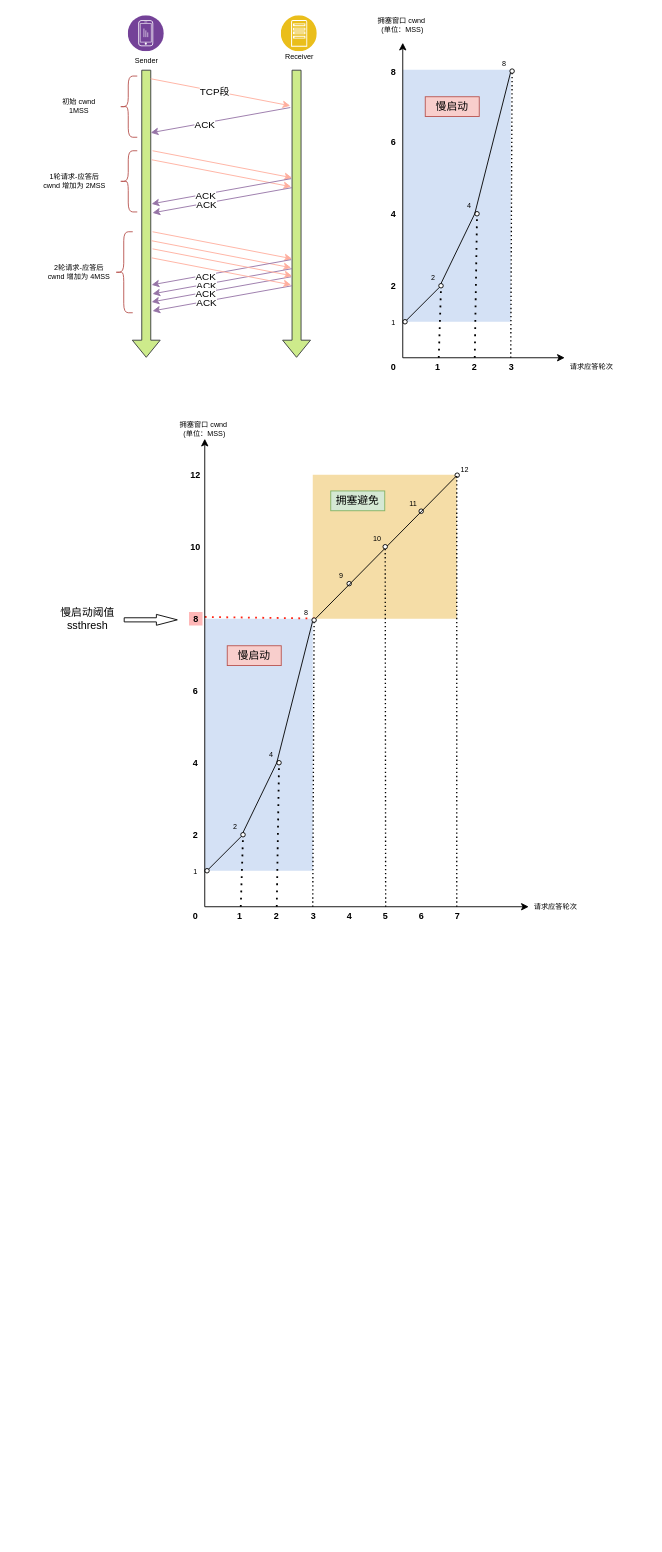
This is TCP拥塞控制.drawio from wsxzei/markdown-photos, a draw.io file, before an edit. Source tidied: cells renumbered, new cells numbered last; positions are measured from the earlier drawing's top-left corner, leaving out a move shared by most shapes. Both pictures are drawn from the tidied source at 90%, with x=0, y=0 at pixel (33, 15).
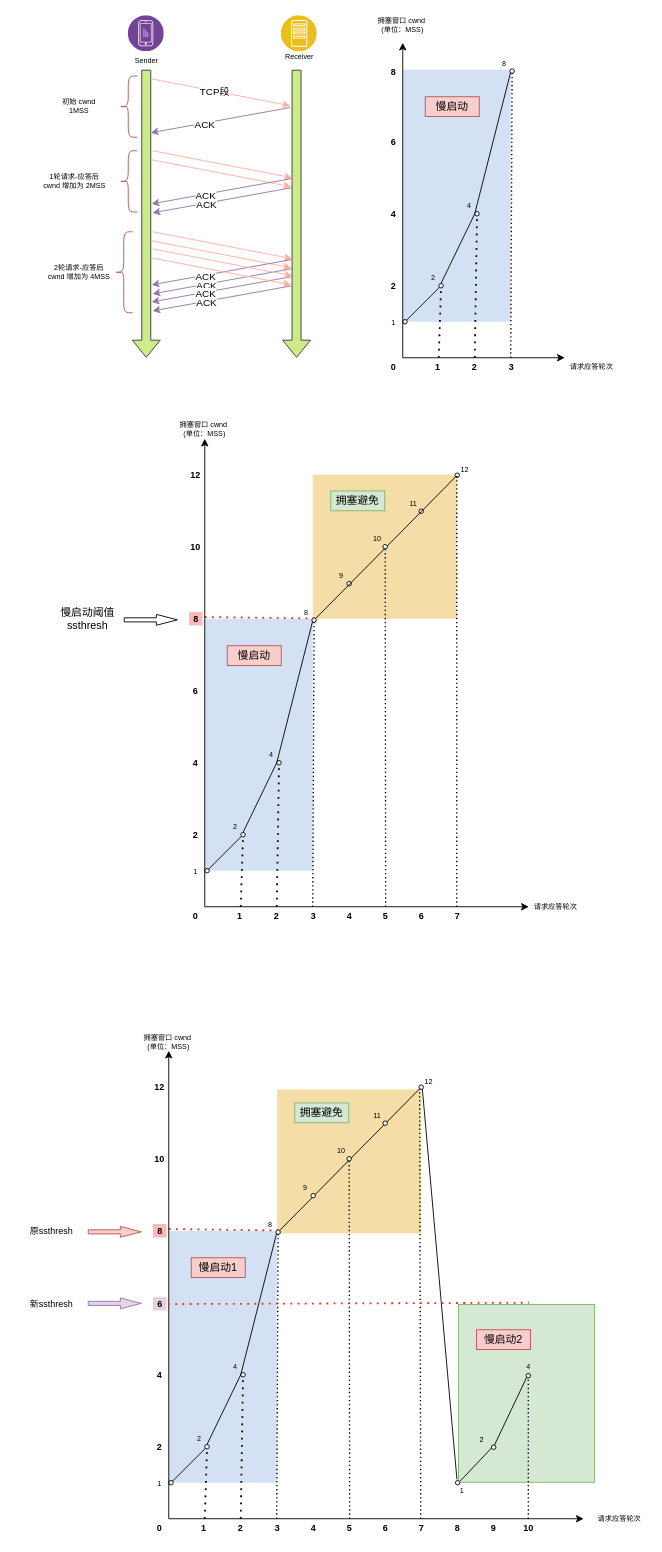
The same diagram, later.

Commit message:
TCP拥塞控制 超时处理.drawio

Change to the diagram source:
```diff
@@
+    <mxCell id="117" style="rounded=0;whiteSpace=wrap;html=1;fillColor=#d5e8d4;strokeColor=#82b366;shadow=0;" parent="1" vertex="1">
+      <mxGeometry x="472" y="1432" width="151" height="197.5" as="geometry" />
+    </mxCell>
+    <mxCell id="118" style="rounded=0;whiteSpace=wrap;html=1;fillColor=#F5DDA7;strokeColor=none;shadow=0;" parent="1" vertex="1">
+      <mxGeometry x="270.5" y="1193" width="160" height="160" as="geometry" />
+    </mxCell>
+    <mxCell id="119" style="endArrow=none;html=1;rounded=0;entryX=0;entryY=1;entryDx=0;entryDy=0;exitX=1;exitY=0;exitDx=0;exitDy=0;" parent="1" edge="1" source="139" target="132">
+      <mxGeometry relative="1" as="geometry" />
+    </mxCell>
@@
+    <mxCell id="120" style="rounded=0;whiteSpace=wrap;html=1;fillColor=#D4E1F5;strokeColor=none;shadow=0;" parent="1" vertex="1">
+      <mxGeometry x="150" y="1350" width="120" height="280" as="geometry" />
+    </mxCell>
+    <mxCell id="121" value="&lt;font style=&quot;font-size: 10px;&quot;&gt;2&lt;/font&gt;" style="text;html=1;align=center;verticalAlign=middle;whiteSpace=wrap;rounded=0;shadow=0;fontStyle=1;" parent="1" vertex="1">
+      <mxGeometry x="120" y="1580" width="40" height="20" as="geometry" />
+    </mxCell>
+    <mxCell id="122" value="&lt;font style=&quot;font-size: 10px;&quot;&gt;4&lt;/font&gt;" style="text;html=1;align=center;verticalAlign=middle;whiteSpace=wrap;rounded=0;shadow=0;fontStyle=1;" parent="1" vertex="1">
+      <mxGeometry x="120" y="1500" width="40" height="20" as="geometry" />
+    </mxCell>
+    <mxCell id="123" value="&lt;font style=&quot;font-size: 10px;&quot;&gt;8&lt;/font&gt;" style="text;html=1;align=center;verticalAlign=middle;whiteSpace=wrap;rounded=0;shadow=0;fontStyle=1;fillColor=#FFB8B8;" parent="1" vertex="1">
+      <mxGeometry x="132.5" y="1342.5" width="15" height="15" as="geometry" />
+    </mxCell>
+    <mxCell id="124" value="&lt;font style=&quot;font-size: 10px;&quot;&gt;10&lt;/font&gt;" style="text;html=1;align=center;verticalAlign=middle;whiteSpace=wrap;rounded=0;shadow=0;fontStyle=1;" parent="1" vertex="1">
+      <mxGeometry x="120" y="1260" width="40" height="20" as="geometry" />
+    </mxCell>
+    <mxCell id="125" value="&lt;font style=&quot;font-size: 10px;&quot;&gt;12&lt;/font&gt;" style="text;html=1;align=center;verticalAlign=middle;whiteSpace=wrap;rounded=0;shadow=0;fontStyle=1;" parent="1" vertex="1">
+      <mxGeometry x="120" y="1180" width="40" height="20" as="geometry" />
+    </mxCell>
+    <mxCell id="126" value="&lt;font style=&quot;font-weight: normal; font-size: 8px;&quot;&gt;1&lt;/font&gt;" style="text;html=1;align=center;verticalAlign=middle;whiteSpace=wrap;rounded=0;shadow=0;fontStyle=1;" parent="1" vertex="1">
+      <mxGeometry x="120" y="1620" width="40" height="20" as="geometry" />
+    </mxCell>
+    <mxCell id="127" value="&lt;font style=&quot;font-size: 10px;&quot;&gt;0&lt;/font&gt;" style="text;html=1;align=center;verticalAlign=middle;whiteSpace=wrap;rounded=0;shadow=0;fontStyle=1;" parent="1" vertex="1">
+      <mxGeometry x="120" y="1670" width="40" height="20" as="geometry" />
+    </mxCell>
+    <mxCell id="128" style="ellipse;whiteSpace=wrap;html=1;" parent="1" vertex="1">
+      <mxGeometry x="150" y="1627.5" width="5" height="5" as="geometry" />
+    </mxCell>
+    <mxCell id="129" style="ellipse;whiteSpace=wrap;html=1;" parent="1" vertex="1">
+      <mxGeometry x="230" y="1507.5" width="5" height="5" as="geometry" />
+    </mxCell>
+    <mxCell id="130" style="ellipse;whiteSpace=wrap;html=1;" parent="1" vertex="1">
+      <mxGeometry x="308" y="1308.5" width="5" height="5" as="geometry" />
+    </mxCell>
+    <mxCell id="131" style="ellipse;whiteSpace=wrap;html=1;" parent="1" vertex="1">
+      <mxGeometry x="388" y="1228" width="5" height="5" as="geometry" />
+    </mxCell>
+    <mxCell id="132" style="ellipse;whiteSpace=wrap;html=1;" parent="1" vertex="1">
+      <mxGeometry x="428" y="1188" width="5" height="5" as="geometry" />
+    </mxCell>
+    <mxCell id="133" style="ellipse;whiteSpace=wrap;html=1;" parent="1" vertex="1">
+      <mxGeometry x="190" y="1587.5" width="5" height="5" as="geometry" />
+    </mxCell>
+    <mxCell id="134" style="endArrow=none;html=1;rounded=0;exitX=0.5;exitY=0;exitDx=0;exitDy=0;" parent="1" edge="1" source="133">
+      <mxGeometry relative="1" as="geometry">
+        <mxPoint x="230" y="1510" as="targetPoint" />
+      </mxGeometry>
+    </mxCell>
+    <mxCell id="135" style="endArrow=none;html=1;rounded=0;entryX=0;entryY=1;entryDx=0;entryDy=0;exitX=1;exitY=0;exitDx=0;exitDy=0;" parent="1" edge="1" source="128" target="133">
+      <mxGeometry relative="1" as="geometry" />
+    </mxCell>
+    <mxCell id="136" style="endArrow=none;dashed=1;html=1;dashPattern=1 3;strokeWidth=2;rounded=0;entryX=0.5;entryY=1;entryDx=0;entryDy=0;" parent="1" edge="1" target="129">
+      <mxGeometry relative="1" as="geometry">
+        <mxPoint x="230" y="1670" as="sourcePoint" />
+      </mxGeometry>
+    </mxCell>
+    <mxCell id="137" style="endArrow=none;dashed=1;html=1;dashPattern=1 3;strokeWidth=2;rounded=0;entryX=0.5;entryY=1;entryDx=0;entryDy=0;" parent="1" edge="1" target="133">
+      <mxGeometry relative="1" as="geometry">
+        <mxPoint x="190" y="1670" as="sourcePoint" />
+      </mxGeometry>
+    </mxCell>
+    <mxCell id="138" style="endArrow=none;dashed=1;html=1;dashPattern=1 3;strokeWidth=2;rounded=0;entryX=1;entryY=0;entryDx=0;entryDy=0;fillColor=#FF2414;strokeColor=#FF2414;" parent="1" edge="1" target="139">
+      <mxGeometry relative="1" as="geometry">
+        <mxPoint x="150" y="1348" as="sourcePoint" />
+      </mxGeometry>
+    </mxCell>
+    <mxCell id="139" style="ellipse;whiteSpace=wrap;html=1;" parent="1" vertex="1">
+      <mxGeometry x="269" y="1349" width="5" height="5" as="geometry" />
+    </mxCell>
+    <mxCell id="140" style="endArrow=none;html=1;rounded=0;entryX=0;entryY=1;entryDx=0;entryDy=0;exitX=0;exitY=0.5;exitDx=0;exitDy=0;exitPerimeter=0;" parent="1" edge="1" source="129" target="139">
+      <mxGeometry relative="1" as="geometry" />
+    </mxCell>
+    <mxCell id="141" style="ellipse;whiteSpace=wrap;html=1;" parent="1" vertex="1">
+      <mxGeometry x="348" y="1267.5" width="5" height="5" as="geometry" />
+    </mxCell>
+    <mxCell id="142" style="endArrow=none;html=1;strokeWidth=1.5;rounded=0;dashed=1;dashPattern=1 2;entryX=0.5;entryY=1;entryDx=0;entryDy=0;" parent="1" edge="1" target="139">
+      <mxGeometry relative="1" as="geometry">
+        <mxPoint x="270" y="1670" as="sourcePoint" />
+      </mxGeometry>
+    </mxCell>
+    <mxCell id="143" style="endArrow=none;html=1;strokeWidth=1.5;rounded=0;dashed=1;dashPattern=1 2;entryX=0.5;entryY=1;entryDx=0;entryDy=0;" parent="1" edge="1" target="141">
+      <mxGeometry relative="1" as="geometry">
+        <mxPoint x="351" y="1670" as="sourcePoint" />
+      </mxGeometry>
+    </mxCell>
+    <mxCell id="144" style="endArrow=none;html=1;strokeWidth=1.5;rounded=0;dashed=1;dashPattern=1 2;entryX=0;entryY=1;entryDx=0;entryDy=0;" parent="1" edge="1" target="132">
+      <mxGeometry relative="1" as="geometry">
+        <mxPoint x="430" y="1670" as="sourcePoint" />
+      </mxGeometry>
+    </mxCell>
+    <mxCell id="145" value="&lt;font style=&quot;font-size: 10px;&quot;&gt;1&lt;/font&gt;" style="text;html=1;align=center;verticalAlign=middle;whiteSpace=wrap;rounded=0;shadow=0;fontStyle=1;" parent="1" vertex="1">
+      <mxGeometry x="177.5" y="1670" width="22" height="20" as="geometry" />
+    </mxCell>
+    <mxCell id="146" value="&lt;font style=&quot;font-size: 10px;&quot;&gt;2&lt;/font&gt;" style="text;html=1;align=center;verticalAlign=middle;whiteSpace=wrap;rounded=0;shadow=0;fontStyle=1;" parent="1" vertex="1">
+      <mxGeometry x="219" y="1670" width="22" height="20" as="geometry" />
+    </mxCell>
+    <mxCell id="147" value="&lt;font style=&quot;font-size: 10px;&quot;&gt;3&lt;/font&gt;" style="text;html=1;align=center;verticalAlign=middle;whiteSpace=wrap;rounded=0;shadow=0;fontStyle=1;" parent="1" vertex="1">
+      <mxGeometry x="260" y="1670" width="22" height="20" as="geometry" />
+    </mxCell>
+    <mxCell id="148" value="&lt;font style=&quot;font-size: 10px;&quot;&gt;4&lt;/font&gt;" style="text;html=1;align=center;verticalAlign=middle;whiteSpace=wrap;rounded=0;shadow=0;fontStyle=1;" parent="1" vertex="1">
+      <mxGeometry x="299.5" y="1670" width="22" height="20" as="geometry" />
+    </mxCell>
+    <mxCell id="149" value="&lt;font style=&quot;font-size: 10px;&quot;&gt;5&lt;/font&gt;" style="text;html=1;align=center;verticalAlign=middle;whiteSpace=wrap;rounded=0;shadow=0;fontStyle=1;" parent="1" vertex="1">
+      <mxGeometry x="339.5" y="1670" width="22" height="20" as="geometry" />
+    </mxCell>
+    <mxCell id="150" value="&lt;font style=&quot;font-size: 10px;&quot;&gt;6&lt;/font&gt;" style="text;html=1;align=center;verticalAlign=middle;whiteSpace=wrap;rounded=0;shadow=0;fontStyle=1;" parent="1" vertex="1">
+      <mxGeometry x="379.5" y="1670" width="22" height="20" as="geometry" />
+    </mxCell>
+    <mxCell id="151" value="&lt;font style=&quot;font-size: 10px;&quot;&gt;7&lt;/font&gt;" style="text;html=1;align=center;verticalAlign=middle;whiteSpace=wrap;rounded=0;shadow=0;fontStyle=1;" parent="1" vertex="1">
+      <mxGeometry x="419.5" y="1670" width="22" height="20" as="geometry" />
+    </mxCell>
+    <mxCell id="152" value="拥塞避免" style="rounded=0;whiteSpace=wrap;html=1;fillColor=#d5e8d4;strokeColor=#82b366;" parent="1" vertex="1">
+      <mxGeometry x="290" y="1208" width="60" height="22" as="geometry" />
+    </mxCell>
+    <mxCell id="153" value="慢启动1" style="rounded=0;whiteSpace=wrap;html=1;fillColor=#f8cecc;strokeColor=#b85450;" parent="1" vertex="1">
+      <mxGeometry x="175" y="1380" width="60" height="22" as="geometry" />
+    </mxCell>
+    <mxCell id="154" value="原ssthresh" style="rounded=0;whiteSpace=wrap;html=1;strokeColor=none;fontSize=10;" parent="1" vertex="1">
+      <mxGeometry x="-20" y="1339" width="80" height="22" as="geometry" />
+    </mxCell>
+    <mxCell id="155" style="shape=flexArrow;endArrow=classic;html=1;rounded=0;width=4.571428571428571;endSize=7.417142857142857;endWidth=6.530612244897959;fillColor=#f8cecc;strokeColor=#b85450;" parent="1" edge="1">
+      <mxGeometry relative="1" as="geometry">
+        <mxPoint x="60" y="1351.2" as="sourcePoint" />
+        <mxPoint x="120" y="1351.2" as="targetPoint" />
+      </mxGeometry>
+    </mxCell>
+    <mxCell id="156" style="endArrow=classic;html=1;rounded=0;exitX=0.75;exitY=0;exitDx=0;exitDy=0;" parent="1" edge="1" source="127">
+      <mxGeometry relative="1" as="geometry">
+        <mxPoint x="611" y="1670" as="targetPoint" />
+      </mxGeometry>
+    </mxCell>
+    <mxCell id="157" style="endArrow=classic;html=1;rounded=0;exitX=0.75;exitY=0;exitDx=0;exitDy=0;" parent="1" edge="1" source="127">
+      <mxGeometry relative="1" as="geometry">
+        <mxPoint x="150" y="1150" as="targetPoint" />
+      </mxGeometry>
+    </mxCell>
+    <mxCell id="158" value="请求应答轮次" style="text;html=1;align=center;verticalAlign=middle;whiteSpace=wrap;rounded=0;fontSize=8;" parent="1" vertex="1">
+      <mxGeometry x="621" y="1660" width="60" height="20" as="geometry" />
+    </mxCell>
+    <mxCell id="159" value="拥塞窗口 cwnd&amp;nbsp;&lt;div&gt;(单位：MSS)&lt;/div&gt;" style="text;html=1;align=center;verticalAlign=middle;whiteSpace=wrap;rounded=0;labelBorderColor=none;fontSize=8;strokeWidth=0;strokeColor=none;" parent="1" vertex="1">
+      <mxGeometry x="110" y="1130" width="80" height="20" as="geometry" />
+    </mxCell>
+    <mxCell id="160" value="11" style="text;html=1;align=center;verticalAlign=middle;whiteSpace=wrap;rounded=0;fontSize=8;" parent="1" vertex="1">
+      <mxGeometry x="371" y="1215" width="22" height="13" as="geometry" />
+    </mxCell>
+    <mxCell id="161" value="9" style="text;html=1;align=center;verticalAlign=middle;whiteSpace=wrap;rounded=0;fontSize=8;" parent="1" vertex="1">
+      <mxGeometry x="291" y="1295.5" width="22" height="13" as="geometry" />
+    </mxCell>
+    <mxCell id="162" value="10" style="text;html=1;align=center;verticalAlign=middle;whiteSpace=wrap;rounded=0;fontSize=8;" parent="1" vertex="1">
+      <mxGeometry x="331" y="1254.5" width="22" height="13" as="geometry" />
+    </mxCell>
+    <mxCell id="163" value="12" style="text;html=1;align=center;verticalAlign=middle;whiteSpace=wrap;rounded=0;fontSize=8;" parent="1" vertex="1">
+      <mxGeometry x="428" y="1177" width="22" height="13" as="geometry" />
+    </mxCell>
+    <mxCell id="164" value="4" style="text;html=1;align=center;verticalAlign=middle;whiteSpace=wrap;rounded=0;fontSize=8;" parent="1" vertex="1">
+      <mxGeometry x="213" y="1494.5" width="22" height="13" as="geometry" />
+    </mxCell>
+    <mxCell id="165" value="2" style="text;html=1;align=center;verticalAlign=middle;whiteSpace=wrap;rounded=0;fontSize=8;" parent="1" vertex="1">
+      <mxGeometry x="173" y="1574.5" width="22" height="13" as="geometry" />
+    </mxCell>
+    <mxCell id="166" value="8" style="text;html=1;align=center;verticalAlign=middle;whiteSpace=wrap;rounded=0;fontSize=8;" parent="1" vertex="1">
+      <mxGeometry x="252" y="1336" width="22" height="13" as="geometry" />
+    </mxCell>
+    <mxCell id="167" style="ellipse;whiteSpace=wrap;html=1;" parent="1" vertex="1">
+      <mxGeometry x="468.5" y="1627.5" width="5" height="5" as="geometry" />
+    </mxCell>
+    <mxCell id="168" value="&lt;font style=&quot;font-size: 10px;&quot;&gt;8&lt;/font&gt;" style="text;html=1;align=center;verticalAlign=middle;whiteSpace=wrap;rounded=0;shadow=0;fontStyle=1;" parent="1" vertex="1">
+      <mxGeometry x="460" y="1670" width="22" height="20" as="geometry" />
+    </mxCell>
+    <mxCell id="169" value="新&lt;span style=&quot;background-color: initial; font-size: 10px;&quot;&gt;ssthresh&lt;/span&gt;" style="rounded=0;whiteSpace=wrap;html=1;strokeColor=none;fontSize=10;" parent="1" vertex="1">
+      <mxGeometry x="-20" y="1420" width="80" height="22" as="geometry" />
+    </mxCell>
+    <mxCell id="170" value="&lt;font style=&quot;font-size: 10px;&quot;&gt;6&lt;/font&gt;" style="text;html=1;align=center;verticalAlign=middle;whiteSpace=wrap;rounded=0;shadow=0;fontStyle=1;fillColor=#E6D0DE;strokeColor=none;" parent="1" vertex="1">
+      <mxGeometry x="132.5" y="1423.5" width="15" height="15" as="geometry" />
+    </mxCell>
+    <mxCell id="171" style="shape=flexArrow;endArrow=classic;html=1;rounded=0;width=4.571428571428571;endSize=7.417142857142857;endWidth=6.530612244897959;fillColor=#e1d5e7;strokeColor=#9673a6;" parent="1" edge="1">
+      <mxGeometry relative="1" as="geometry">
+        <mxPoint x="60" y="1430.7" as="sourcePoint" />
+        <mxPoint x="120" y="1430.7" as="targetPoint" />
+      </mxGeometry>
+    </mxCell>
+    <mxCell id="172" style="ellipse;whiteSpace=wrap;html=1;" parent="1" vertex="1">
+      <mxGeometry x="508.5" y="1588" width="5" height="5" as="geometry" />
+    </mxCell>
+    <mxCell id="173" value="1" style="text;html=1;align=center;verticalAlign=middle;whiteSpace=wrap;rounded=0;fontSize=8;" parent="1" vertex="1">
+      <mxGeometry x="464.5" y="1632.5" width="22" height="13" as="geometry" />
+    </mxCell>
+    <mxCell id="174" value="2" style="text;html=1;align=center;verticalAlign=middle;whiteSpace=wrap;rounded=0;fontSize=8;" parent="1" vertex="1">
+      <mxGeometry x="486.5" y="1575" width="22" height="13" as="geometry" />
+    </mxCell>
+    <mxCell id="175" style="endArrow=none;html=1;rounded=0;entryX=0.127;entryY=1.352;entryDx=0;entryDy=0;exitX=0;exitY=0;exitDx=0;exitDy=0;entryPerimeter=0;" parent="1" edge="1">
+      <mxGeometry relative="1" as="geometry">
+        <mxPoint x="470.2" y="1626.2" as="sourcePoint" />
+        <mxPoint x="431.8" y="1192.6" as="targetPoint" />
+      </mxGeometry>
+    </mxCell>
+    <mxCell id="176" value="&lt;font style=&quot;font-size: 10px;&quot;&gt;9&lt;/font&gt;" style="text;html=1;align=center;verticalAlign=middle;whiteSpace=wrap;rounded=0;shadow=0;fontStyle=1;" parent="1" vertex="1">
+      <mxGeometry x="500" y="1670" width="22" height="20" as="geometry" />
+    </mxCell>
+    <mxCell id="177" style="endArrow=none;dashed=1;html=1;dashPattern=1 3;strokeWidth=2;rounded=0;fillColor=#FF2414;strokeColor=#FF2414;exitX=-0.007;exitY=0.291;exitDx=0;exitDy=0;exitPerimeter=0;" parent="1" edge="1" source="120">
+      <mxGeometry relative="1" as="geometry">
+        <mxPoint x="550" y="1430" as="targetPoint" />
+      </mxGeometry>
+    </mxCell>
+    <mxCell id="178" style="ellipse;whiteSpace=wrap;html=1;" parent="1" vertex="1">
+      <mxGeometry x="547" y="1508.5" width="5" height="5" as="geometry" />
+    </mxCell>
+    <mxCell id="179" style="endArrow=none;html=1;rounded=0;entryX=0.5;entryY=1;entryDx=0;entryDy=0;exitX=1;exitY=0;exitDx=0;exitDy=0;" parent="1" edge="1">
+      <mxGeometry relative="1" as="geometry">
+        <mxPoint x="474" y="1628" as="sourcePoint" />
+        <mxPoint x="509" y="1591" as="targetPoint" />
+      </mxGeometry>
+    </mxCell>
+    <mxCell id="180" style="endArrow=none;html=1;rounded=0;entryX=0;entryY=1;entryDx=0;entryDy=0;exitX=1;exitY=0;exitDx=0;exitDy=0;" parent="1" edge="1" target="178">
+      <mxGeometry relative="1" as="geometry">
+        <mxPoint x="512" y="1588" as="sourcePoint" />
+      </mxGeometry>
+    </mxCell>
+    <mxCell id="181" value="4" style="text;html=1;align=center;verticalAlign=middle;whiteSpace=wrap;rounded=0;fontSize=8;" parent="1" vertex="1">
+      <mxGeometry x="538.5" y="1494.5" width="22" height="13" as="geometry" />
+    </mxCell>
+    <mxCell id="182" value="&lt;font style=&quot;font-size: 10px;&quot;&gt;10&lt;/font&gt;" style="text;html=1;align=center;verticalAlign=middle;whiteSpace=wrap;rounded=0;shadow=0;fontStyle=1;" parent="1" vertex="1">
+      <mxGeometry x="538.5" y="1670" width="22" height="20" as="geometry" />
+    </mxCell>
+    <mxCell id="183" value="慢启动2" style="rounded=0;whiteSpace=wrap;html=1;fillColor=#f8cecc;strokeColor=#b85450;" parent="1" vertex="1">
+      <mxGeometry x="492" y="1460" width="60" height="22" as="geometry" />
+    </mxCell>
+    <mxCell id="184" style="endArrow=none;html=1;strokeWidth=1.5;rounded=0;dashed=1;dashPattern=1 2;entryX=0.5;entryY=1;entryDx=0;entryDy=0;exitX=0.5;exitY=0;exitDx=0;exitDy=0;" parent="1" edge="1" source="182" target="178">
+      <mxGeometry relative="1" as="geometry" />
+    </mxCell>
```
